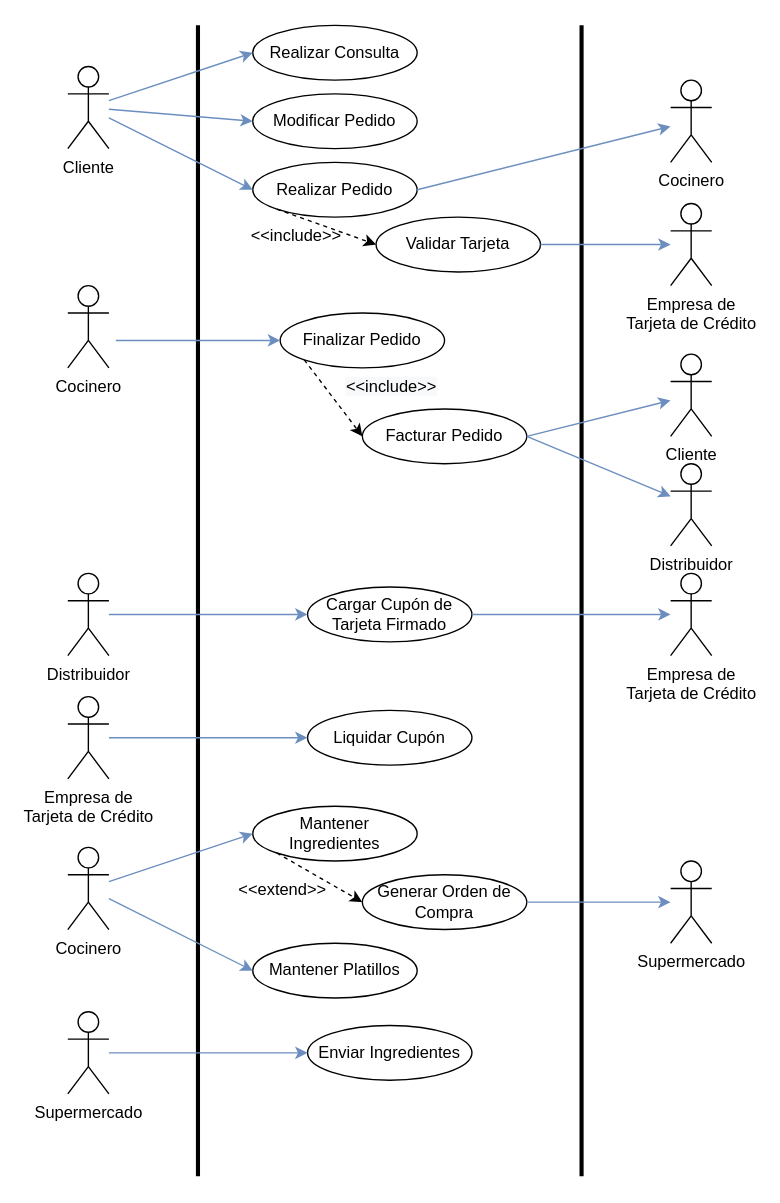
Above: TP1/diagramas/casos de uso/diag.drawio in mauro7x/aninfo (draw.io), before the change. Source tidied: cells renumbered, new cells numbered last; positions are measured from the earlier drawing's top-left corner, leaving out a move shared by most shapes. Both pictures are drawn from the tidied source at 137%, with x=0, y=0 at pixel (67, 25).
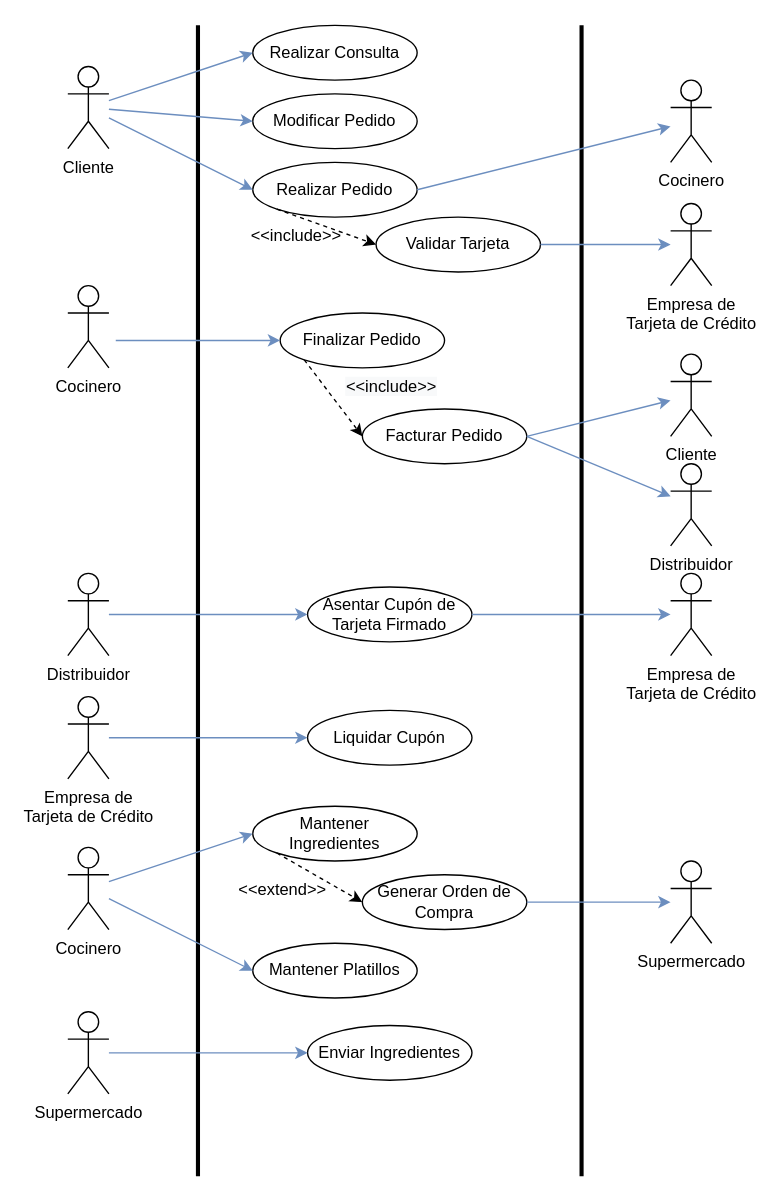
After the change.

Commit message (it also covers changes not shown here):
Replace Cargar por Asentar

Diff of the diagram source:
```diff
@@
-    <mxCell id="33" value="Cargar Cupón de Tarjeta Firmado" style="ellipse;whiteSpace=wrap;html=1;strokeWidth=1;fontSize=12;" parent="1" vertex="1">
+    <mxCell id="33" value="Asentar Cupón de Tarjeta Firmado" style="ellipse;whiteSpace=wrap;html=1;strokeWidth=1;fontSize=12;" parent="1" vertex="1">
       <mxGeometry x="175" y="410" width="120" height="40" as="geometry" />
     </mxCell>
```
